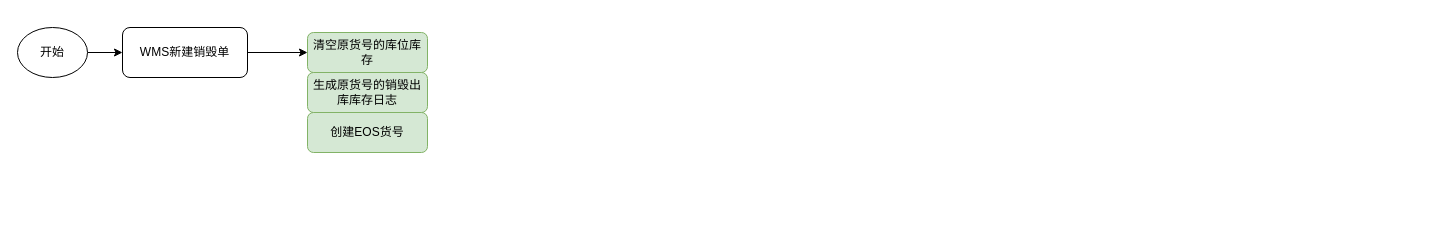
Earlier version of the draw.io diagram 销毁流程.drawio (OJBK123/Draws). Source tidied: cells renumbered, new cells numbered last; positions are measured from the earlier drawing's top-left corner, leaving out a move shared by most shapes. Both pictures are drawn from the tidied source at 100%, with x=0, y=0 at pixel (17, 27).
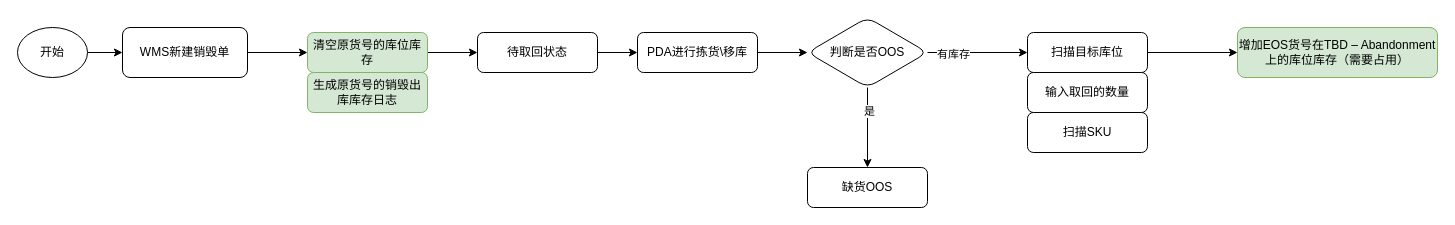
The same page after the edit.

Commit message (it also covers changes not shown here):
更新销毁流程.drawio

The change refers to these unchanged cells:
```xml
<mxCell id="6" value="清空原货号的库位库存" style="rounded=1;whiteSpace=wrap;html=1;fontSize=12;glass=0;strokeWidth=1;shadow=0;fillColor=#d5e8d4;strokeColor=#82b366;" parent="1" vertex="1">
  <mxGeometry x="290" y="5" width="120" height="40" as="geometry" />
</mxCell>
```

Diff of the diagram source:
```diff
@@
+    <mxCell id="9" style="edgeStyle=orthogonalEdgeStyle;rounded=0;jettySize=auto;html=1;exitX=1;exitY=0.5;exitDx=0;exitDy=0;" parent="1" edge="1" source="6" target="11">
+      <mxGeometry relative="1" as="geometry" />
+    </mxCell>
@@
-    <mxCell id="8" value="创建EOS货号" style="rounded=1;whiteSpace=wrap;html=1;fontSize=12;glass=0;strokeWidth=1;shadow=0;fillColor=#d5e8d4;strokeColor=#82b366;" parent="1" vertex="1">
-      <mxGeometry x="290" y="85" width="120" height="40" as="geometry" />
-    </mxCell>
+    <mxCell id="10" style="edgeStyle=orthogonalEdgeStyle;rounded=0;jettySize=auto;html=1;exitX=1;exitY=0.5;exitDx=0;exitDy=0;" parent="1" edge="1" source="11" target="14">
+      <mxGeometry relative="1" as="geometry" />
+    </mxCell>
+    <mxCell id="11" value="待取回状态" style="rounded=1;whiteSpace=wrap;html=1;fontSize=12;glass=0;strokeWidth=1;shadow=0;" parent="1" vertex="1">
+      <mxGeometry x="460" y="5" width="120" height="40" as="geometry" />
+    </mxCell>
+    <mxCell id="12" value="增加EOS货号在TBD – Abandonment上的库位库存（需要占用）" style="rounded=1;whiteSpace=wrap;html=1;fontSize=12;glass=0;strokeWidth=1;shadow=0;fillColor=#d5e8d4;strokeColor=#82b366;" parent="1" vertex="1">
+      <mxGeometry x="1220" width="200" height="50" as="geometry" />
+    </mxCell>
+    <mxCell id="13" style="edgeStyle=orthogonalEdgeStyle;rounded=0;jettySize=auto;html=1;exitX=1;exitY=0.5;exitDx=0;exitDy=0;" parent="1" edge="1" source="14" target="22">
+      <mxGeometry relative="1" as="geometry" />
+    </mxCell>
+    <mxCell id="14" value="PDA进行拣货\移库" style="rounded=1;whiteSpace=wrap;html=1;fontSize=12;glass=0;strokeWidth=1;shadow=0;" parent="1" vertex="1">
+      <mxGeometry x="620" y="5" width="120" height="40" as="geometry" />
+    </mxCell>
+    <mxCell id="15" style="edgeStyle=orthogonalEdgeStyle;rounded=0;jettySize=auto;html=1;exitX=1;exitY=0.5;exitDx=0;exitDy=0;entryX=0;entryY=0.5;entryDx=0;entryDy=0;" parent="1" edge="1" source="16" target="12">
+      <mxGeometry relative="1" as="geometry" />
+    </mxCell>
+    <mxCell id="16" value="扫描目标库位" style="rounded=1;whiteSpace=wrap;html=1;fontSize=12;glass=0;strokeWidth=1;shadow=0;" parent="1" vertex="1">
+      <mxGeometry x="1010" y="5" width="120" height="40" as="geometry" />
+    </mxCell>
+    <mxCell id="17" value="输入取回的数量" style="rounded=1;whiteSpace=wrap;html=1;fontSize=12;glass=0;strokeWidth=1;shadow=0;" parent="1" vertex="1">
+      <mxGeometry x="1010" y="45" width="120" height="40" as="geometry" />
+    </mxCell>
+    <mxCell id="18" style="edgeStyle=orthogonalEdgeStyle;rounded=0;jettySize=auto;html=1;exitX=0.5;exitY=1;exitDx=0;exitDy=0;entryX=0.5;entryY=0;entryDx=0;entryDy=0;" parent="1" edge="1" source="22" target="23">
+      <mxGeometry relative="1" as="geometry" />
+    </mxCell>
+    <mxCell id="19" value="是" style="edgeLabel;html=1;align=center;verticalAlign=middle;" parent="18" vertex="1">
+      <mxGeometry x="-0.43" y="1" relative="1" as="geometry" />
+    </mxCell>
+    <mxCell id="20" style="edgeStyle=orthogonalEdgeStyle;rounded=0;jettySize=auto;html=1;exitX=1;exitY=0.5;exitDx=0;exitDy=0;entryX=0;entryY=0.5;entryDx=0;entryDy=0;" parent="1" edge="1" source="22" target="16">
+      <mxGeometry relative="1" as="geometry" />
+    </mxCell>
+    <mxCell id="21" value="有库存" style="edgeLabel;html=1;align=center;verticalAlign=middle;" parent="20" vertex="1">
+      <mxGeometry x="-0.51" y="-1" relative="1" as="geometry" />
+    </mxCell>
+    <mxCell id="22" value="判断是否OOS" style="rounded=1;whiteSpace=wrap;html=1;fontSize=12;glass=0;strokeWidth=1;shadow=0;shape=rhombus;perimeter=rhombusPerimeter;" parent="1" vertex="1">
+      <mxGeometry x="790" y="-10" width="120" height="70" as="geometry" />
+    </mxCell>
+    <mxCell id="23" value="缺货OOS" style="rounded=1;whiteSpace=wrap;html=1;fontSize=12;glass=0;strokeWidth=1;shadow=0;" parent="1" vertex="1">
+      <mxGeometry x="790" y="140" width="120" height="40" as="geometry" />
+    </mxCell>
+    <mxCell id="24" value="扫描SKU" style="rounded=1;whiteSpace=wrap;html=1;fontSize=12;glass=0;strokeWidth=1;shadow=0;" parent="1" vertex="1">
+      <mxGeometry x="1010" y="85" width="120" height="40" as="geometry" />
+    </mxCell>
```
